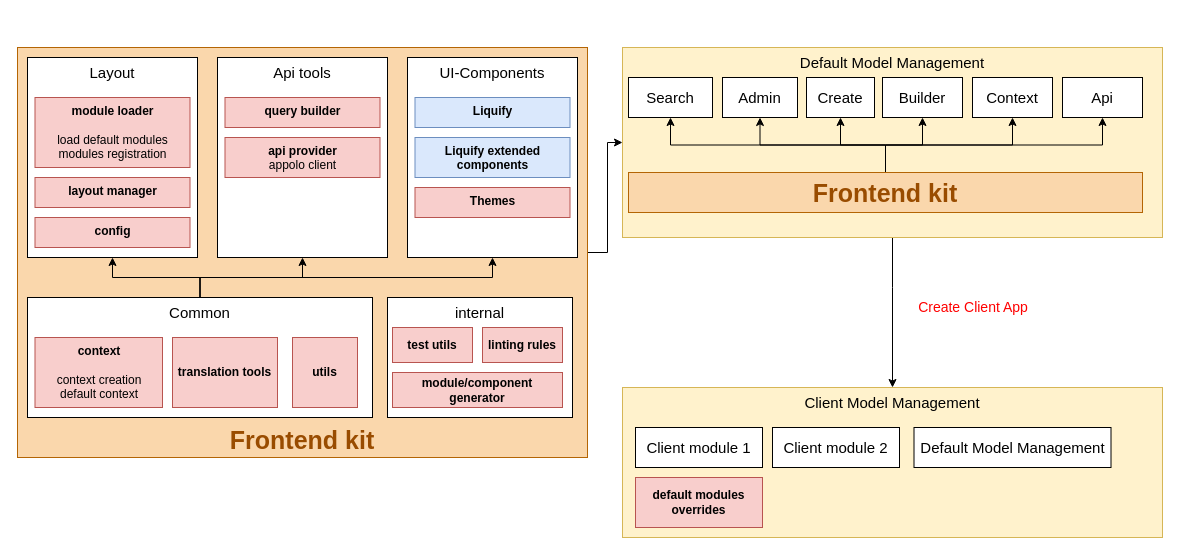
The draw.io diagram page "Page-2" (2 of 2) of Untitled Diagram.drawio in haithemT/diagrams, before the edit. Source tidied: cells renumbered, new cells numbered last; positions are measured from the earlier drawing's top-left corner, leaving out a move shared by most shapes. Both pictures are drawn from the tidied source at 100%, with x=0, y=0 at pixel (17, 47).
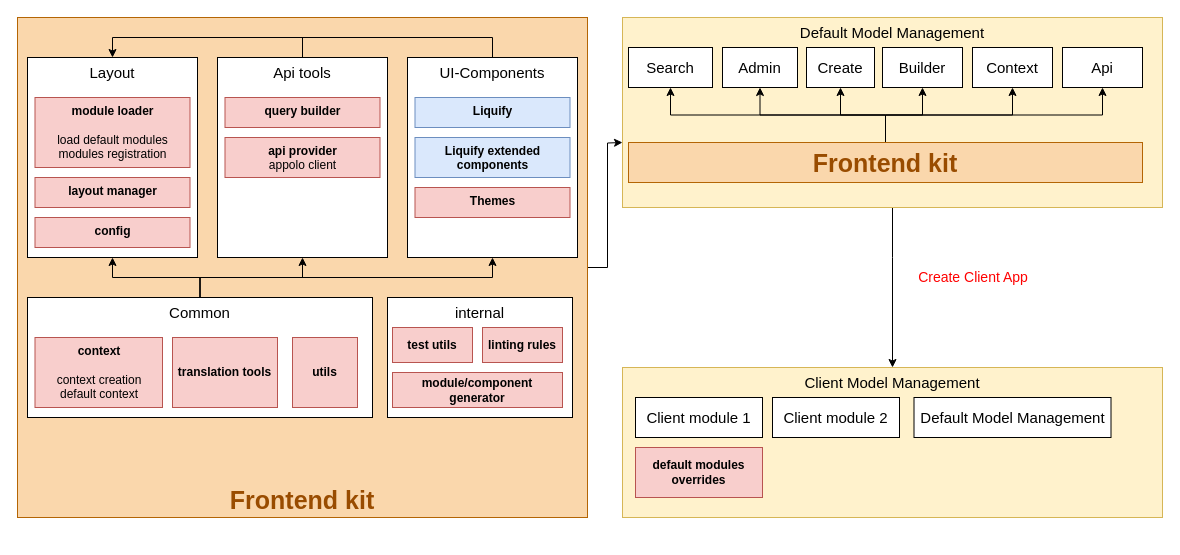
After the change.

Unchanged cells that the change refers to:
```xml
<mxCell id="9" value="&lt;font color=&quot;#000000&quot;&gt;Layout&lt;/font&gt;" style="rounded=0;whiteSpace=wrap;html=1;fontSize=15;fontColor=#FF0000;verticalAlign=top;" parent="1" vertex="1">
  <mxGeometry x="10" y="10" width="170" height="200" as="geometry" />
</mxCell>
<mxCell id="12" value="&lt;font color=&quot;#000000&quot;&gt;Api tools&lt;/font&gt;" style="rounded=0;whiteSpace=wrap;html=1;fontSize=15;fontColor=#FF0000;verticalAlign=top;" parent="1" vertex="1">
  <mxGeometry x="200" y="10" width="170" height="200" as="geometry" />
</mxCell>
<mxCell id="17" value="&lt;font color=&quot;#000000&quot;&gt;UI-Components&lt;/font&gt;" style="rounded=0;whiteSpace=wrap;html=1;fontSize=15;fontColor=#FF0000;verticalAlign=top;" parent="1" vertex="1">
  <mxGeometry x="390" y="10" width="170" height="200" as="geometry" />
</mxCell>
```

What changed in the source:
```diff
@@
     <mxCell id="2" value="Client Model Management" style="rounded=0;whiteSpace=wrap;html=1;fontSize=15;align=center;fillColor=#fff2cc;strokeColor=#d6b656;verticalAlign=top;" parent="1" vertex="1">
-      <mxGeometry x="605" y="340" width="540" height="150" as="geometry" />
+      <mxGeometry x="605" y="320" width="540" height="150" as="geometry" />
     </mxCell>
-    <mxCell id="3" style="edgeStyle=orthogonalEdgeStyle;rounded=0;jettySize=auto;html=1;exitX=1;exitY=0.5;exitDx=0;exitDy=0;entryX=0;entryY=0.5;entryDx=0;entryDy=0;fontColor=#66B2FF;" parent="1" edge="1" source="4" target="24">
-      <mxGeometry relative="1" as="geometry" />
+    <mxCell id="3" style="edgeStyle=orthogonalEdgeStyle;rounded=0;jettySize=auto;html=1;exitX=1;exitY=0.5;exitDx=0;exitDy=0;entryX=0;entryY=0.5;entryDx=0;entryDy=0;fontColor=#66B2FF;" parent="1" edge="1" source="4">
+      <mxGeometry relative="1" as="geometry">
+        <mxPoint x="605" y="95" as="targetPoint" />
+      </mxGeometry>
     </mxCell>
     <mxCell id="4" value="&lt;font style=&quot;font-size: 25px&quot;&gt;&lt;b&gt;Frontend kit&lt;/b&gt;&lt;/font&gt;" style="rounded=0;whiteSpace=wrap;html=1;fontSize=17;align=center;fillColor=#fad7ac;strokeColor=#b46504;verticalAlign=bottom;fontColor=#994C00;" parent="1" vertex="1">
-      <mxGeometry width="570" height="410" as="geometry" />
+      <mxGeometry y="-30" width="570" height="500" as="geometry" />
     </mxCell>
@@
+    <mxCell id="47" style="edgeStyle=orthogonalEdgeStyle;rounded=0;jettySize=auto;html=1;exitX=0.5;exitY=0;exitDx=0;exitDy=0;endArrow=none;endFill=0;" parent="1" edge="1" source="12">
+      <mxGeometry relative="1" as="geometry">
+        <mxPoint x="285" y="-10" as="targetPoint" />
+      </mxGeometry>
+    </mxCell>
@@
+    <mxCell id="48" style="edgeStyle=orthogonalEdgeStyle;rounded=0;jettySize=auto;html=1;exitX=0.5;exitY=0;exitDx=0;exitDy=0;entryX=0.5;entryY=0;entryDx=0;entryDy=0;" parent="1" edge="1" source="17" target="9">
+      <mxGeometry relative="1" as="geometry" />
+    </mxCell>
@@
     <mxCell id="23" style="edgeStyle=orthogonalEdgeStyle;rounded=0;jettySize=auto;html=1;exitX=0.5;exitY=1;exitDx=0;exitDy=0;entryX=0.5;entryY=0;entryDx=0;entryDy=0;fontColor=#66B2FF;" parent="1" edge="1" source="24" target="2">
       <mxGeometry relative="1" as="geometry">
         <Array as="points">
-          <mxPoint x="875" y="240" />
-          <mxPoint x="875" y="240" />
+          <mxPoint x="875" y="210" />
+          <mxPoint x="875" y="210" />
         </Array>
       </mxGeometry>
     </mxCell>
     <mxCell id="24" value="Default Model Management" style="rounded=0;whiteSpace=wrap;html=1;fontSize=15;align=center;fillColor=#fff2cc;strokeColor=#d6b656;verticalAlign=top;" parent="1" vertex="1">
-      <mxGeometry x="605" width="540" height="190" as="geometry" />
+      <mxGeometry x="605" y="-30" width="540" height="190" as="geometry" />
     </mxCell>
     <mxCell id="25" value="&lt;font color=&quot;#000000&quot;&gt;Search&lt;/font&gt;" style="rounded=0;whiteSpace=wrap;html=1;fontSize=15;fontColor=#FF0000;verticalAlign=middle;" parent="1" vertex="1">
-      <mxGeometry x="611" y="30" width="84" height="40" as="geometry" />
+      <mxGeometry x="611" width="84" height="40" as="geometry" />
     </mxCell>
     <mxCell id="26" value="&lt;font color=&quot;#000000&quot;&gt;Builder&lt;/font&gt;" style="rounded=0;whiteSpace=wrap;html=1;fontSize=15;fontColor=#FF0000;verticalAlign=middle;" parent="1" vertex="1">
-      <mxGeometry x="865" y="30" width="80" height="40" as="geometry" />
+      <mxGeometry x="865" width="80" height="40" as="geometry" />
     </mxCell>
     <mxCell id="27" value="&lt;font color=&quot;#000000&quot;&gt;Admin&lt;/font&gt;" style="rounded=0;whiteSpace=wrap;html=1;fontSize=15;fontColor=#FF0000;verticalAlign=middle;" parent="1" vertex="1">
-      <mxGeometry x="705" y="30" width="75" height="40" as="geometry" />
+      <mxGeometry x="705" width="75" height="40" as="geometry" />
     </mxCell>
     <mxCell id="28" value="&lt;font color=&quot;#000000&quot;&gt;Create&lt;/font&gt;" style="rounded=0;whiteSpace=wrap;html=1;fontSize=15;fontColor=#FF0000;verticalAlign=middle;" parent="1" vertex="1">
-      <mxGeometry x="789" y="30" width="68" height="40" as="geometry" />
+      <mxGeometry x="789" width="68" height="40" as="geometry" />
     </mxCell>
@@
     <mxCell id="35" value="&lt;font style=&quot;font-size: 25px&quot;&gt;&lt;b&gt;Frontend&lt;/b&gt;&lt;b&gt;&amp;nbsp;kit&lt;/b&gt;&lt;/font&gt;" style="rounded=0;whiteSpace=wrap;html=1;fontSize=17;align=center;fillColor=#fad7ac;strokeColor=#b46504;verticalAlign=middle;fontColor=#994C00;" parent="1" vertex="1">
-      <mxGeometry x="611" y="125" width="514" height="40" as="geometry" />
+      <mxGeometry x="611" y="95" width="514" height="40" as="geometry" />
     </mxCell>
     <mxCell id="36" value="&lt;font color=&quot;#000000&quot;&gt;Context&lt;/font&gt;" style="rounded=0;whiteSpace=wrap;html=1;fontSize=15;fontColor=#FF0000;verticalAlign=middle;" parent="1" vertex="1">
-      <mxGeometry x="955" y="30" width="80" height="40" as="geometry" />
+      <mxGeometry x="955" width="80" height="40" as="geometry" />
     </mxCell>
     <mxCell id="37" value="&lt;font color=&quot;#000000&quot;&gt;Api&lt;/font&gt;" style="rounded=0;whiteSpace=wrap;html=1;fontSize=15;fontColor=#FF0000;verticalAlign=middle;" parent="1" vertex="1">
-      <mxGeometry x="1045" y="30" width="80" height="40" as="geometry" />
+      <mxGeometry x="1045" width="80" height="40" as="geometry" />
     </mxCell>
     <mxCell id="38" value="&lt;span style=&quot;color: rgb(0 , 0 , 0)&quot;&gt;Default Model Management&lt;/span&gt;" style="rounded=0;whiteSpace=wrap;html=1;fontSize=15;fontColor=#FF0000;verticalAlign=middle;align=center;" parent="1" vertex="1">
-      <mxGeometry x="896.5" y="380" width="197" height="40" as="geometry" />
+      <mxGeometry x="896.5" y="350" width="197" height="40" as="geometry" />
     </mxCell>
     <mxCell id="39" value="Create Client App" style="text;html=1;strokeColor=none;fillColor=none;align=center;verticalAlign=middle;whiteSpace=wrap;rounded=0;fontColor=#FF0000;fontSize=14;" parent="1" vertex="1">
-      <mxGeometry x="877" y="250" width="158" height="20" as="geometry" />
+      <mxGeometry x="877" y="220" width="158" height="20" as="geometry" />
     </mxCell>
     <mxCell id="40" value="&lt;span style=&quot;color: rgb(0 , 0 , 0)&quot;&gt;Client module 1&lt;/span&gt;" style="rounded=0;whiteSpace=wrap;html=1;fontSize=15;fontColor=#FF0000;verticalAlign=middle;" parent="1" vertex="1">
-      <mxGeometry x="618" y="380" width="127" height="40" as="geometry" />
+      <mxGeometry x="618" y="350" width="127" height="40" as="geometry" />
     </mxCell>
@@
     <mxCell id="45" value="&lt;span style=&quot;color: rgb(0 , 0 , 0)&quot;&gt;Client module 2&lt;/span&gt;" style="rounded=0;whiteSpace=wrap;html=1;fontSize=15;fontColor=#FF0000;verticalAlign=middle;" parent="1" vertex="1">
-      <mxGeometry x="755" y="380" width="127" height="40" as="geometry" />
+      <mxGeometry x="755" y="350" width="127" height="40" as="geometry" />
     </mxCell>
     <mxCell id="46" value="default modules overrides" style="rounded=0;whiteSpace=wrap;html=1;fontSize=12;align=center;fillColor=#f8cecc;strokeColor=#b85450;fontStyle=1;" parent="1" vertex="1">
-      <mxGeometry x="618" y="430" width="127" height="50" as="geometry" />
+      <mxGeometry x="618" y="400" width="127" height="50" as="geometry" />
     </mxCell>
```
